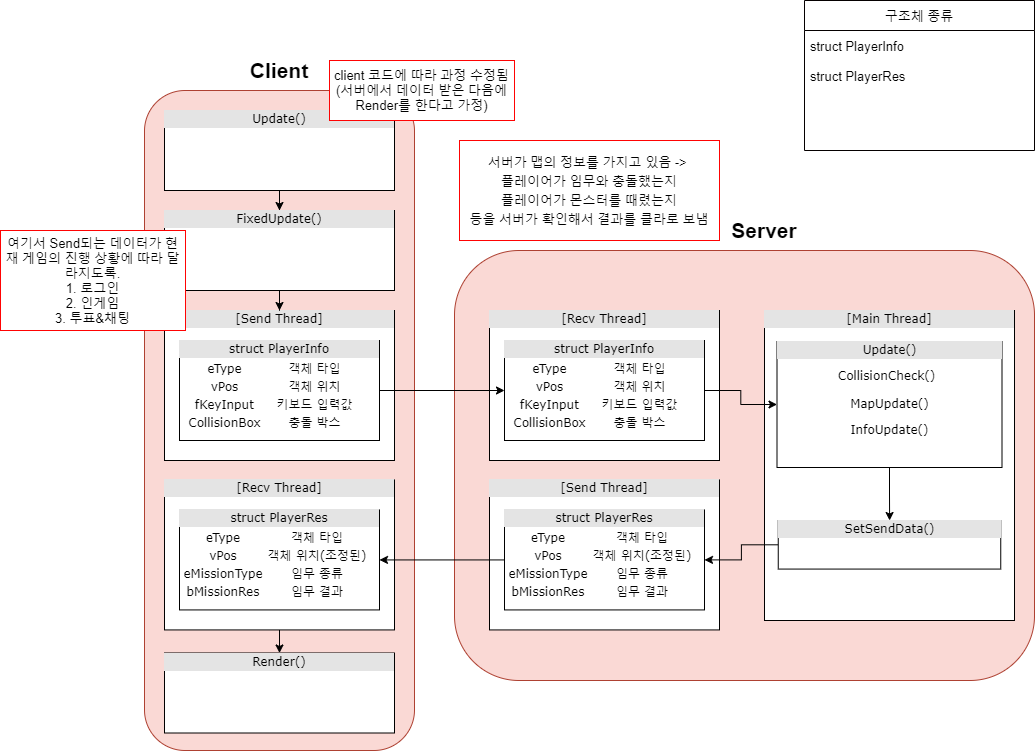
Before: 네트워크 게임 프로그래밍/flowchart_ing.png, a diagram exported from draw.io (sungzzuu/2021-2). Source tidied: cells renumbered, new cells last; positions are measured from the earlier drawing's top-left corner, leaving out a move shared by most shapes.
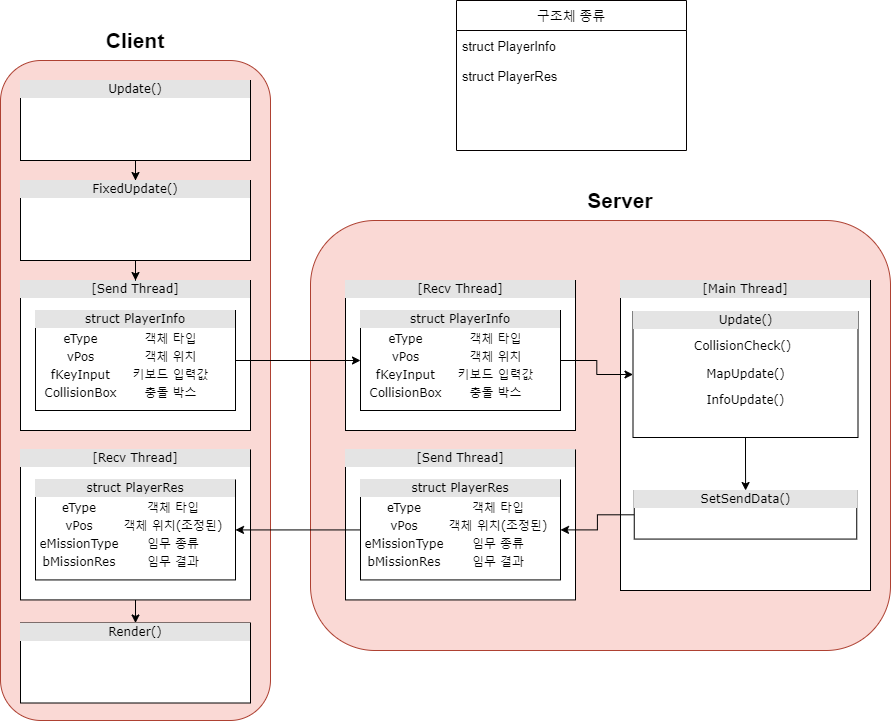
After the change.

The edit, as a diff of the source:
```diff
@@ -70,14 +70,8 @@
     <mxCell id="22" value="Server" style="rounded=0;whiteSpace=wrap;html=1;align=center;strokeColor=none;fillColor=none;fontSize=21;fontStyle=1;" parent="1" vertex="1">
       <mxGeometry x="704" y="210" width="120" height="40" as="geometry" />
     </mxCell>
-    <mxCell id="23" value="&lt;span style=&quot;font-size: 13px;&quot;&gt;client 코드에 따라 과정 수정됨&lt;br style=&quot;font-size: 13px;&quot;&gt;(서버에서 데이터 받은 다음에 Render를 한다고 가정)&lt;/span&gt;" style="rounded=0;whiteSpace=wrap;html=1;labelBackgroundColor=none;fontSize=13;fillColor=default;align=center;strokeColor=#FF0303;" parent="1" vertex="1">
-      <mxGeometry x="329" y="60" width="185" height="60" as="geometry" />
-    </mxCell>
-    <mxCell id="24" value="여기서 Send되는 데이터가 현재 게임의 진행 상황에 따라 달라지도록.&lt;br&gt;1. 로그인&lt;br&gt;2. 인게임&lt;br&gt;3. 투표&amp;amp;채팅" style="rounded=0;whiteSpace=wrap;html=1;labelBackgroundColor=none;fontSize=13;fillColor=default;align=center;strokeColor=#FF0303;" parent="1" vertex="1">
-      <mxGeometry y="230" width="185" height="100" as="geometry" />
-    </mxCell>
     <mxCell id="25" value="구조체 종류" style="swimlane;fontStyle=0;horizontal=1;startSize=30;labelBackgroundColor=default;fontSize=13;strokeColor=#050000;fillColor=#FFFFFF;gradientColor=none;align=center;" parent="1" vertex="1">
-      <mxGeometry x="804" width="230" height="150" as="geometry" />
+      <mxGeometry x="600" y="30" width="230" height="150" as="geometry" />
     </mxCell>
     <mxCell id="26" value="struct PlayerInfo" style="text;strokeColor=none;fillColor=none;align=left;verticalAlign=middle;spacingLeft=4;spacingRight=4;overflow=hidden;labelBackgroundColor=default;fontSize=13;" parent="25" vertex="1">
       <mxGeometry y="30" width="230" height="30" as="geometry" />
@@ -112,8 +106,5 @@
     <mxCell id="36" value="&lt;div style=&quot;box-sizing: border-box ; width: 100% ; background: #e4e4e4 ; padding: 2px&quot;&gt;struct PlayerRes&lt;/div&gt;&lt;table style=&quot;width: 100% ; font-size: 1em&quot; cellpadding=&quot;2&quot; cellspacing=&quot;0&quot;&gt;&lt;tbody&gt;&lt;tr&gt;&lt;td&gt;&lt;table cellpadding=&quot;2&quot; cellspacing=&quot;0&quot; style=&quot;font-size: 1em ; width: 180px&quot;&gt;&lt;tbody&gt;&lt;tr&gt;&lt;td&gt;eType&lt;/td&gt;&lt;td&gt;객체 타입&lt;/td&gt;&lt;/tr&gt;&lt;tr&gt;&lt;td&gt;vPos&lt;/td&gt;&lt;td&gt;객체 위치(조정된)&lt;/td&gt;&lt;/tr&gt;&lt;tr&gt;&lt;td&gt;eMissionType&lt;/td&gt;&lt;td&gt;임무 종류&lt;/td&gt;&lt;/tr&gt;&lt;tr&gt;&lt;td&gt;bMissionRes&lt;/td&gt;&lt;td&gt;임무 결과&lt;/td&gt;&lt;/tr&gt;&lt;/tbody&gt;&lt;/table&gt;&lt;/td&gt;&lt;td&gt;&lt;br&gt;&lt;/td&gt;&lt;/tr&gt;&lt;tr&gt;&lt;td&gt;&lt;br&gt;&lt;/td&gt;&lt;td&gt;&lt;br&gt;&lt;/td&gt;&lt;/tr&gt;&lt;tr&gt;&lt;td&gt;&lt;br&gt;&lt;/td&gt;&lt;td&gt;&lt;br&gt;&lt;/td&gt;&lt;/tr&gt;&lt;tr&gt;&lt;td&gt;&lt;br&gt;&lt;/td&gt;&lt;td&gt;&lt;br&gt;&lt;/td&gt;&lt;/tr&gt;&lt;tr&gt;&lt;td&gt;&lt;br&gt;&lt;/td&gt;&lt;td&gt;&lt;br&gt;&lt;/td&gt;&lt;/tr&gt;&lt;/tbody&gt;&lt;/table&gt;" style="verticalAlign=top;align=center;overflow=fill;html=1;rounded=0;shadow=0;comic=0;labelBackgroundColor=none;strokeWidth=1;fontFamily=Verdana;fontSize=12;" parent="1" vertex="1">
       <mxGeometry x="504" y="509.4" width="200" height="100" as="geometry" />
     </mxCell>
-    <mxCell id="37" value="&lt;p style=&quot;line-height: 1.5&quot;&gt;서버가 맵의 정보를 가지고 있음 -&amp;gt; &lt;br&gt;플레이어가 임무와 충돌했는지&lt;br&gt;플레이어가 몬스터를 때렸는지&lt;br&gt;등을 서버가 확인해서 결과를 클라로 보냄&lt;br&gt;&lt;/p&gt;" style="rounded=0;whiteSpace=wrap;html=1;labelBackgroundColor=none;fontSize=13;fillColor=default;align=center;strokeColor=#FF0303;" parent="1" vertex="1">
-      <mxGeometry x="459" y="140" width="260" height="100" as="geometry" />
-    </mxCell>
   </root>
 </mxGraphModel>
```
